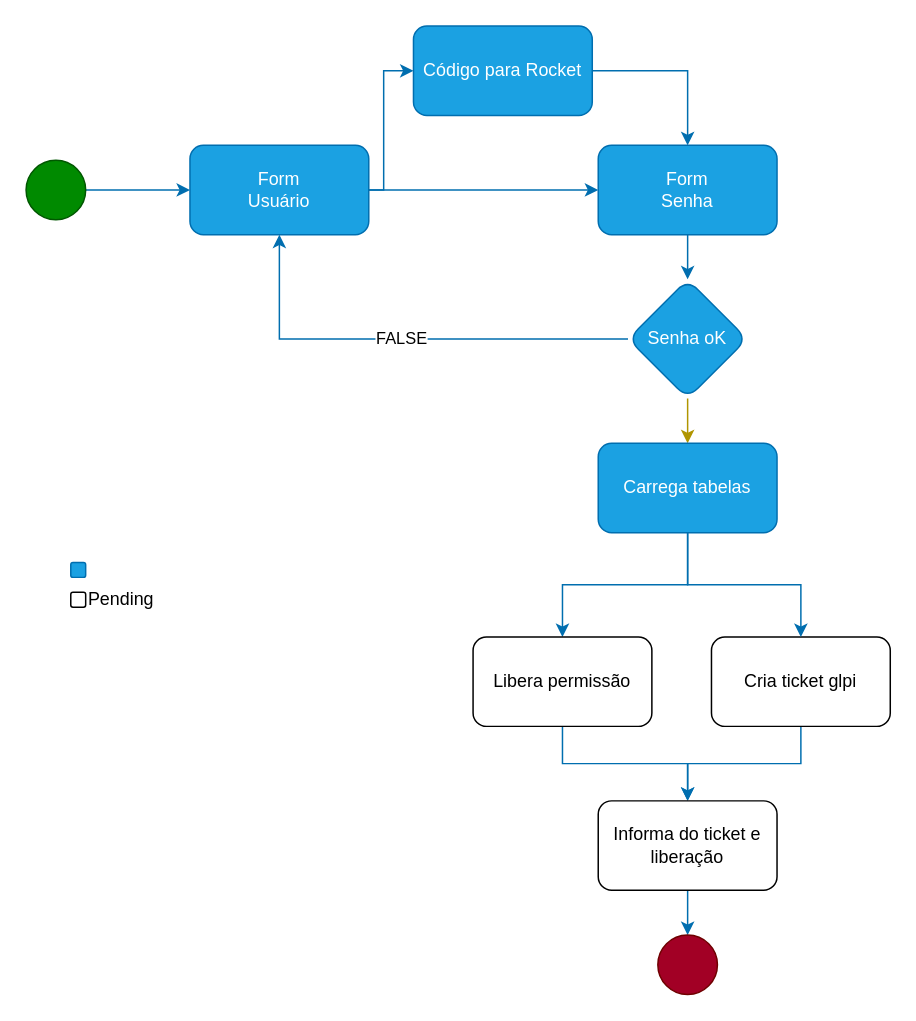
Above: docs/arch.drawio in samuelrcarvalho/carcereiro-web (draw.io), before the change. Source tidied: cells renumbered, new cells numbered last; positions are measured from the earlier drawing's top-left corner, leaving out a move shared by most shapes. Both pictures are drawn from the tidied source at 149%, with x=0, y=0 at pixel (25, 25).
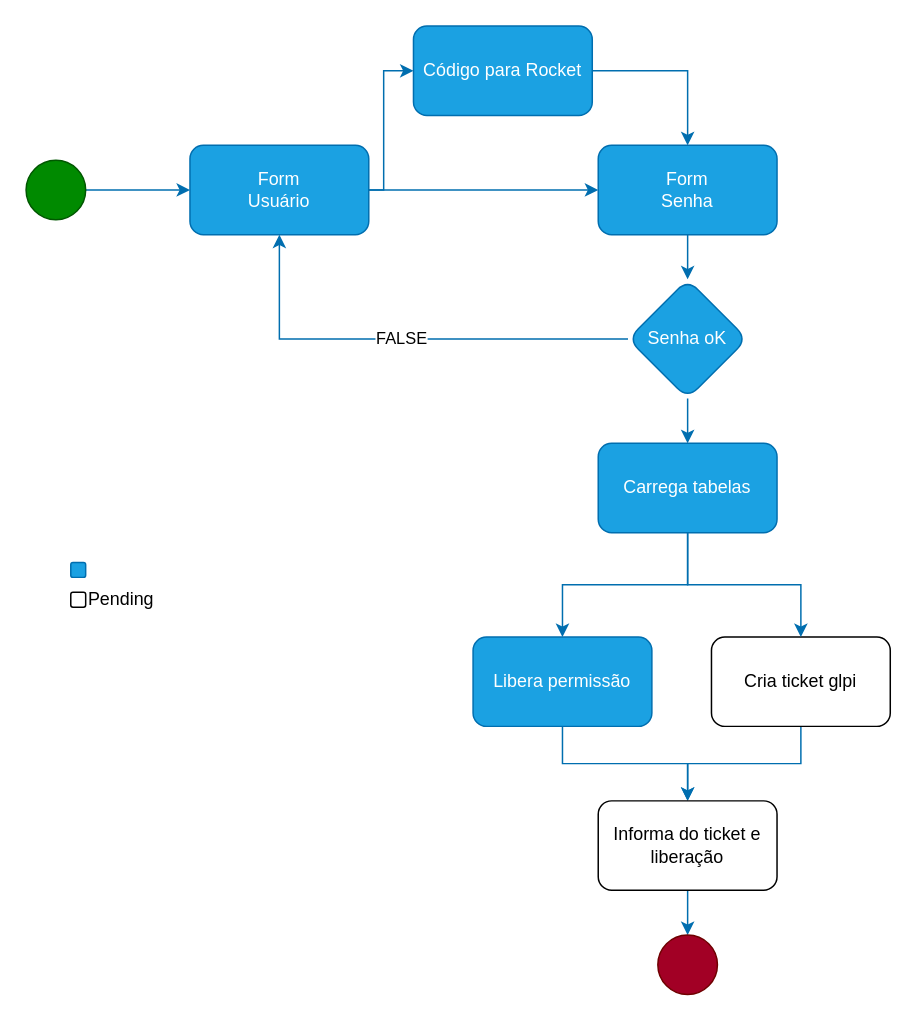
After the change.

Unchanged cells that the change refers to:
```xml
<mxCell id="11" value="Senha oK" style="rhombus;whiteSpace=wrap;html=1;rounded=1;fillColor=#1ba1e2;strokeColor=#006EAF;fontColor=#ffffff;" parent="1" vertex="1">
  <mxGeometry x="404" y="170" width="80" height="80" as="geometry" />
</mxCell>
<mxCell id="13" value="Carrega tabelas" style="rounded=1;whiteSpace=wrap;html=1;fillColor=#1ba1e2;strokeColor=#006EAF;fontColor=#ffffff;" parent="1" vertex="1">
  <mxGeometry x="384" y="280" width="120" height="60" as="geometry" />
</mxCell>
```

The edit, as a diff of the source:
```diff
@@
-    <mxCell id="10" style="edgeStyle=orthogonalEdgeStyle;rounded=0;jettySize=auto;html=1;fillColor=#e3c800;strokeColor=#B09500;" parent="1" edge="1" source="11" target="13">
+    <mxCell id="10" style="edgeStyle=orthogonalEdgeStyle;rounded=0;jettySize=auto;html=1;fillColor=#1ba1e2;strokeColor=#006EAF;" parent="1" edge="1" source="11" target="13">
       <mxGeometry relative="1" as="geometry" />
     </mxCell>
@@
-    <mxCell id="15" value="Libera permissão" style="whiteSpace=wrap;html=1;rounded=1;" parent="1" vertex="1">
+    <mxCell id="15" value="Libera permissão" style="whiteSpace=wrap;html=1;rounded=1;fillColor=#1ba1e2;strokeColor=#006EAF;fontColor=#ffffff;" parent="1" vertex="1">
       <mxGeometry x="300" y="410" width="120" height="60" as="geometry" />
     </mxCell>
```
